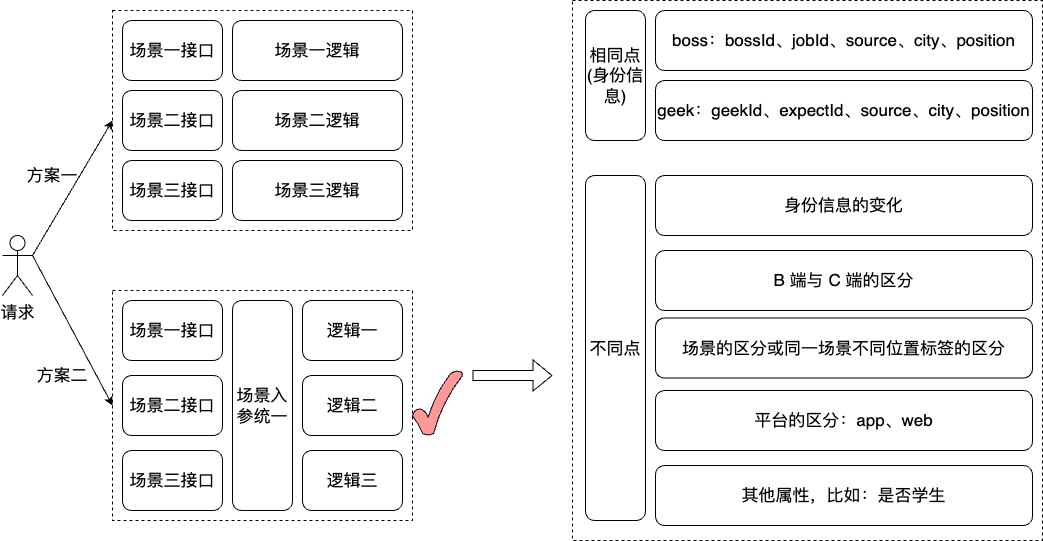
Before: work-draw-file/场景接入的方案.png, a diagram exported from draw.io (liujunao/draw-data). Source tidied: cells renumbered, new cells last; positions are measured from the earlier drawing's top-left corner, leaving out a move shared by most shapes.
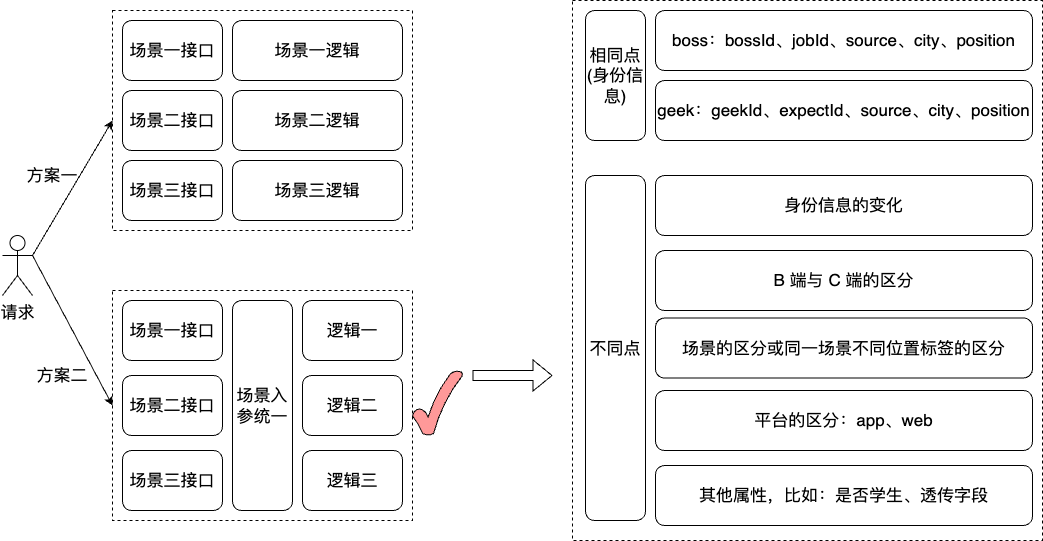
The same diagram one commit later.

Commit message:
更新场景接入的方案.png

Diff of the diagram source:
```diff
@@ -71,7 +71,7 @@
     <mxCell id="24" value="&lt;font size=&quot;3&quot;&gt;身份信息的变化&lt;/font&gt;" style="rounded=1;whiteSpace=wrap;html=1;" parent="1" vertex="1">
       <mxGeometry x="653" y="175" width="377" height="60" as="geometry" />
     </mxCell>
-    <mxCell id="25" value="&lt;font size=&quot;3&quot;&gt;其他属性，比如：是否学生&lt;/font&gt;" style="rounded=1;whiteSpace=wrap;html=1;" parent="1" vertex="1">
+    <mxCell id="25" value="&lt;font size=&quot;3&quot;&gt;其他属性，比如：是否学生、透传字段&lt;/font&gt;" style="rounded=1;whiteSpace=wrap;html=1;" parent="1" vertex="1">
       <mxGeometry x="653" y="465" width="377" height="60" as="geometry" />
     </mxCell>
     <mxCell id="26" value="&lt;font size=&quot;3&quot;&gt;场景的区分或同一场景不同位置标签的区分&lt;/font&gt;" style="rounded=1;whiteSpace=wrap;html=1;" parent="1" vertex="1">
```
